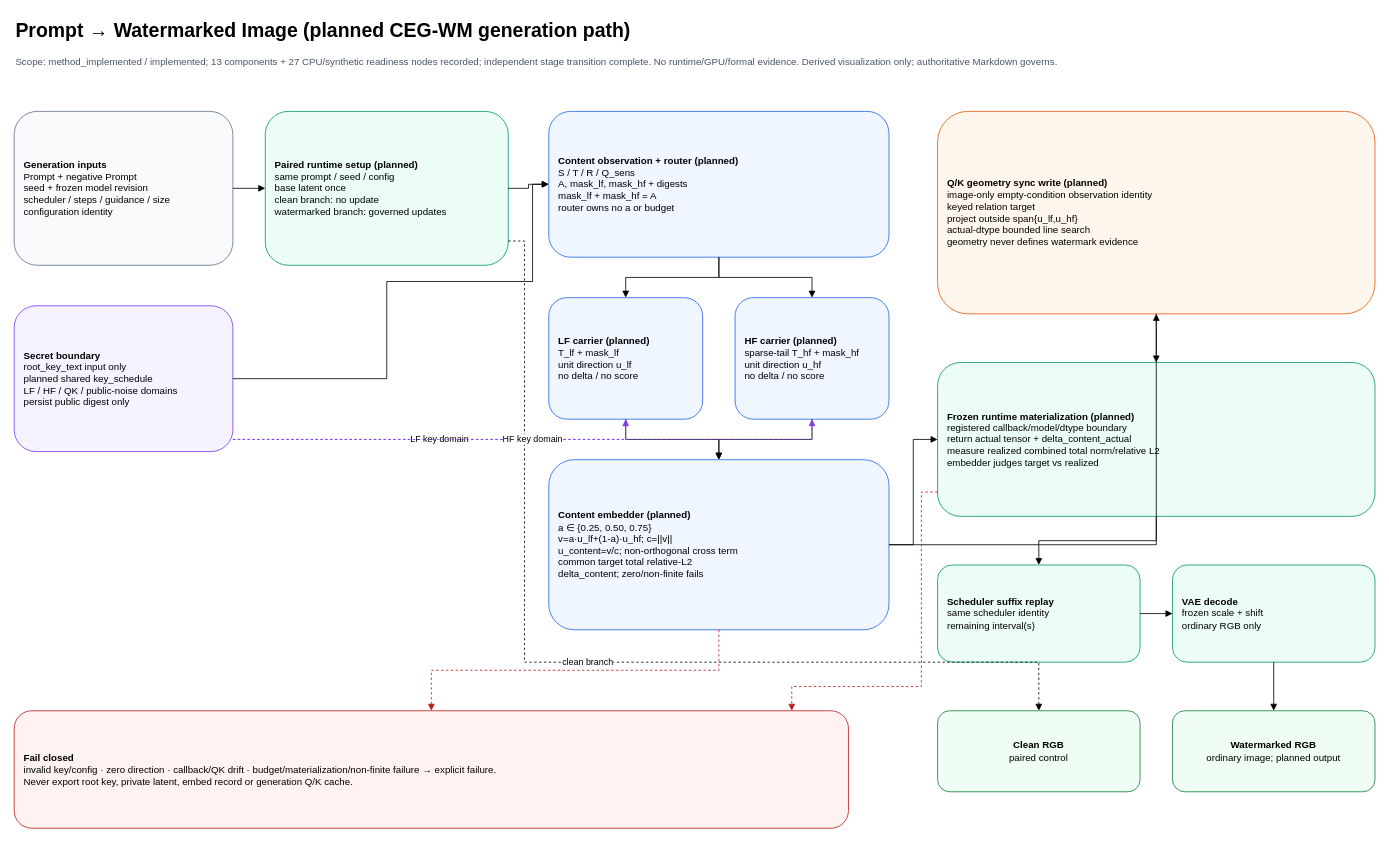
The draw.io diagram docs/design/diagrams/prompt_to_watermarked_image.drawio in RICHAAARC/CEG-WM, before the edit. Source tidied: cells renumbered, new cells numbered last; positions are measured from the earlier drawing's top-left corner, leaving out a move shared by most shapes. Both pictures are drawn from the tidied source at 81%, with x=0, y=0 at pixel (14, 14).
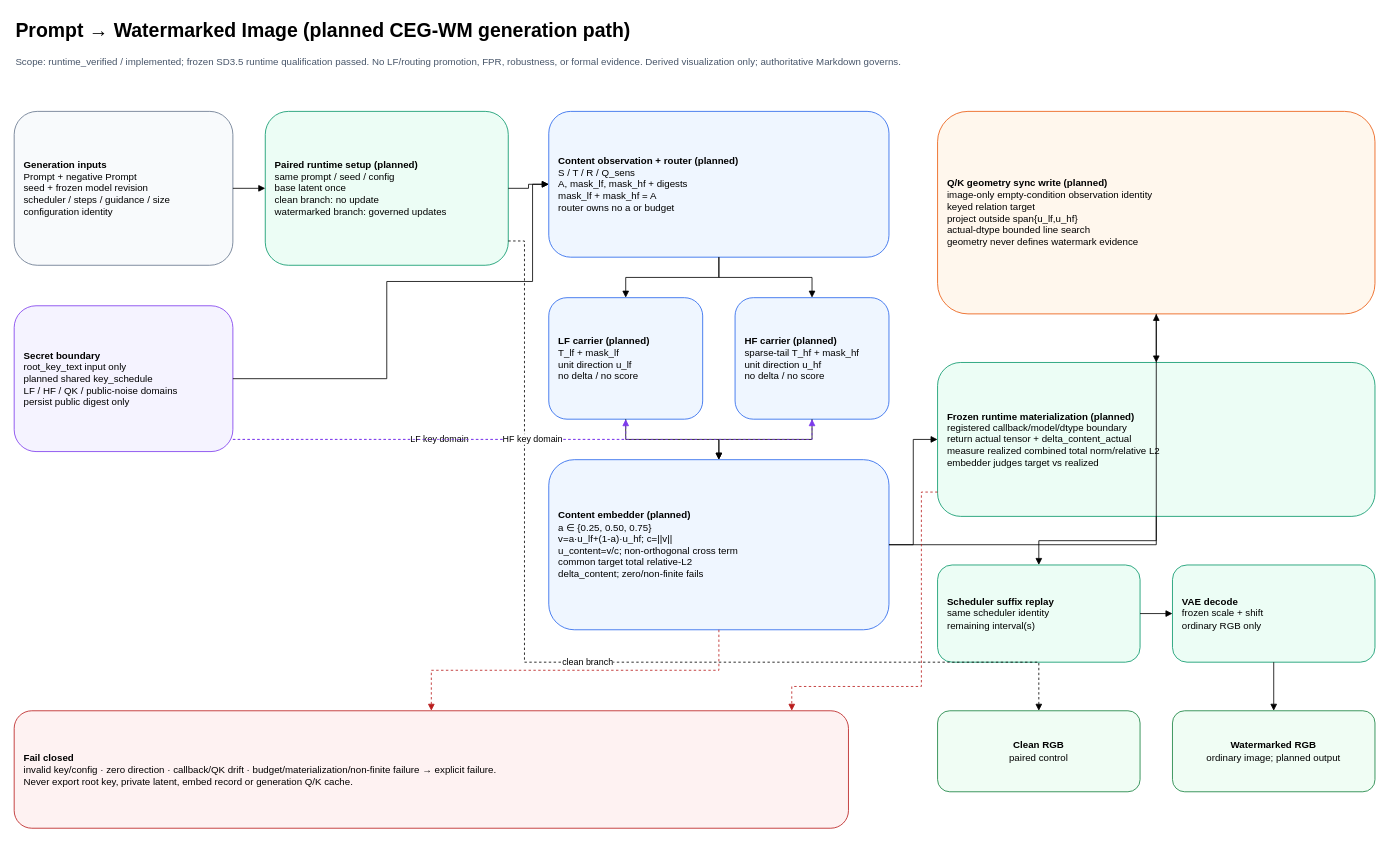
After the change.

The edit, as a diff of the source:
```diff
@@
-    <mxCell id="3" value="Scope: method_implemented / implemented; 13 components + 27 CPU/synthetic readiness nodes recorded; independent stage transition complete. No runtime/GPU/formal evidence. Derived visualization only; authoritative Markdown governs." style="text;html=1;fontSize=12;align=left;fontColor=#475569;" parent="1" vertex="1">
+    <mxCell id="3" value="Scope: runtime_verified / implemented; frozen SD3.5 runtime qualification passed. No LF/routing promotion, FPR, robustness, or formal evidence. Derived visualization only; authoritative Markdown governs." style="text;html=1;fontSize=12;align=left;fontColor=#475569;" parent="1" vertex="1">
       <mxGeometry y="45" width="1500" height="40" as="geometry" />
     </mxCell>
```
